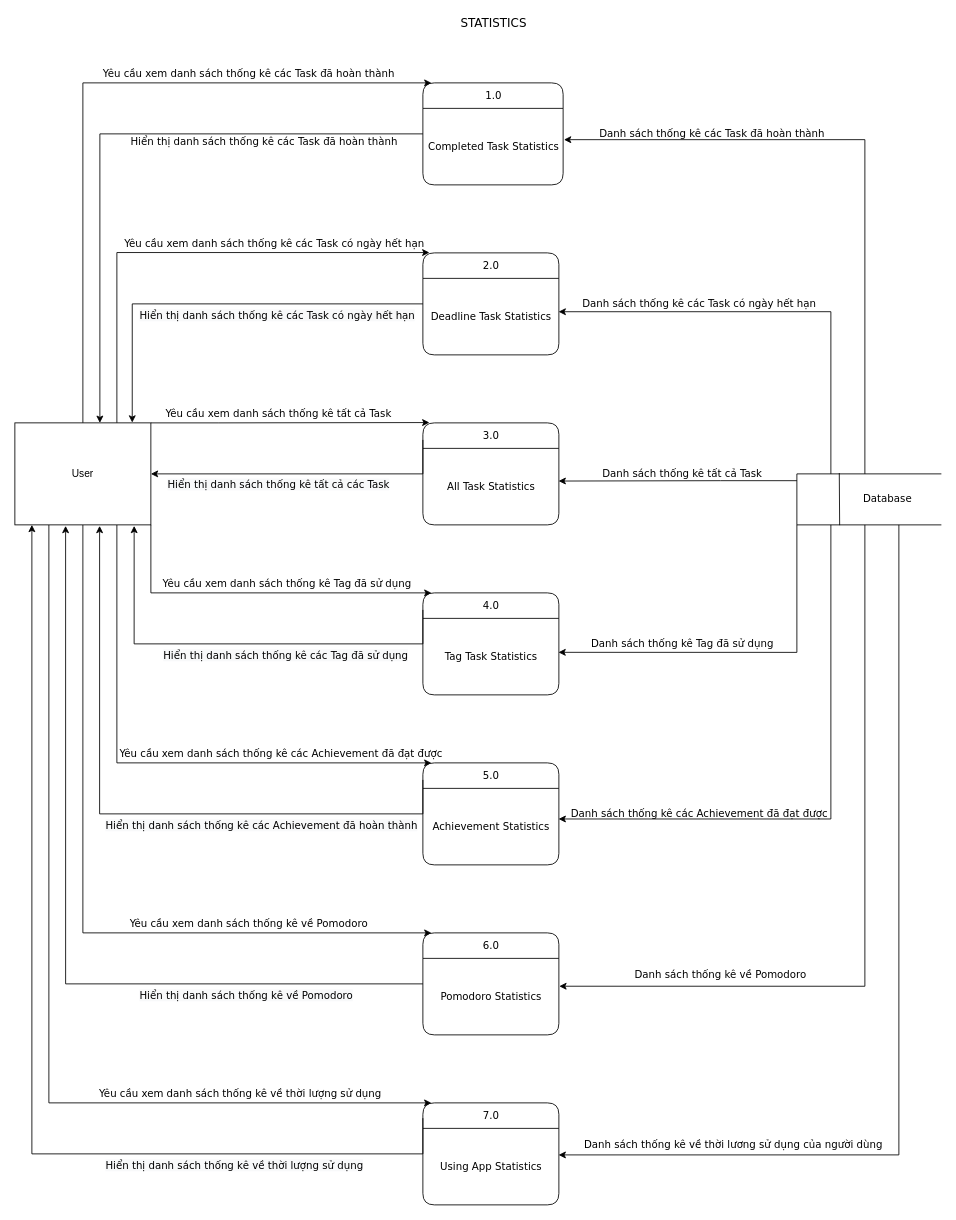
Above: ToDoApp-Doc/Document/Diagram/DFD/Statistics/Statistics.drawio in Merevoli-DatLuu/To-Do-App (draw.io), before the change. Source tidied: cells renumbered, new cells numbered last; positions are measured from the earlier drawing's top-left corner, leaving out a move shared by most shapes. Both pictures are drawn from the tidied source at 85%, with x=0, y=0 at pixel (14, 14).
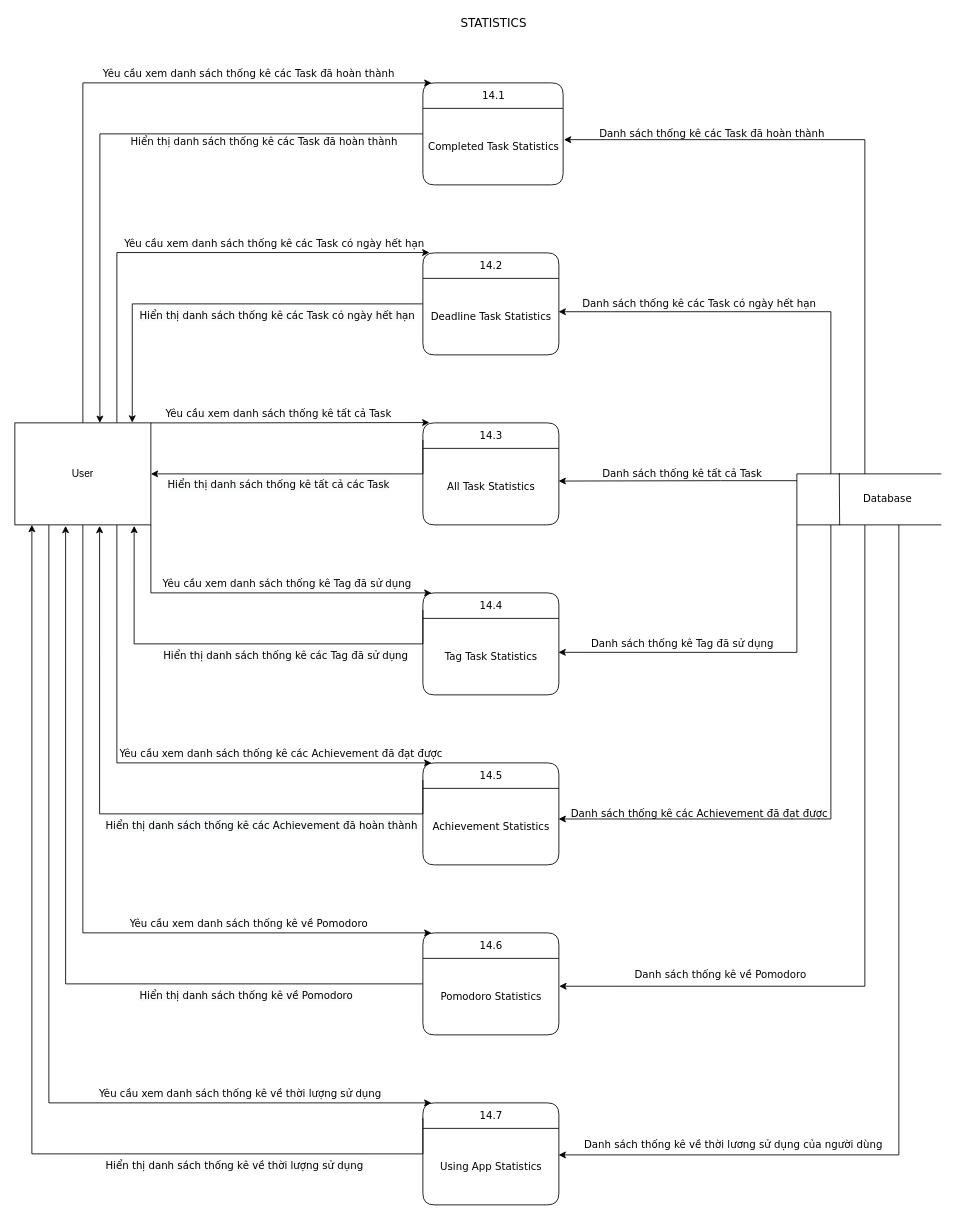
The same diagram, later.

Commit message:
[Modified] : Statistics_DFD

Diff of the diagram source:
```diff
@@
-    <mxCell id="3" value="&lt;font face=&quot;Verdana&quot; style=&quot;font-size: 12px&quot;&gt;7.0&lt;/font&gt;" style="swimlane;horizontal=1;startSize=30;rounded=1;fontSize=14;fontStyle=0;strokeWidth=1;shadow=0;dashed=0;align=center;html=1;" parent="1" vertex="1">
+    <mxCell id="3" value="&lt;font face=&quot;Verdana&quot; style=&quot;font-size: 12px&quot;&gt;14.7&lt;/font&gt;" style="swimlane;horizontal=1;startSize=30;rounded=1;fontSize=14;fontStyle=0;strokeWidth=1;shadow=0;dashed=0;align=center;html=1;" parent="1" vertex="1">
       <mxGeometry x="480" y="1280" width="160" height="120" as="geometry" />
     </mxCell>
@@
-    <mxCell id="5" value="&lt;font face=&quot;Verdana&quot; style=&quot;font-size: 12px&quot;&gt;6.0&lt;/font&gt;" style="swimlane;horizontal=1;startSize=30;rounded=1;fontSize=14;fontStyle=0;strokeWidth=1;shadow=0;dashed=0;align=center;html=1;" parent="1" vertex="1">
+    <mxCell id="5" value="&lt;font face=&quot;Verdana&quot; style=&quot;font-size: 12px&quot;&gt;14.6&lt;/font&gt;" style="swimlane;horizontal=1;startSize=30;rounded=1;fontSize=14;fontStyle=0;strokeWidth=1;shadow=0;dashed=0;align=center;html=1;" parent="1" vertex="1">
       <mxGeometry x="480" y="1080" width="160" height="120" as="geometry" />
     </mxCell>
@@
-    <mxCell id="7" value="&lt;font face=&quot;Verdana&quot; style=&quot;font-size: 12px&quot;&gt;5.0&lt;/font&gt;" style="swimlane;horizontal=1;startSize=30;rounded=1;fontSize=14;fontStyle=0;strokeWidth=1;shadow=0;dashed=0;align=center;html=1;" parent="1" vertex="1">
+    <mxCell id="7" value="&lt;font face=&quot;Verdana&quot; style=&quot;font-size: 12px&quot;&gt;14.5&lt;/font&gt;" style="swimlane;horizontal=1;startSize=30;rounded=1;fontSize=14;fontStyle=0;strokeWidth=1;shadow=0;dashed=0;align=center;html=1;" parent="1" vertex="1">
       <mxGeometry x="480" y="880" width="160" height="120" as="geometry" />
     </mxCell>
@@
-    <mxCell id="9" value="&lt;font face=&quot;Verdana&quot; style=&quot;font-size: 12px&quot;&gt;4.0&lt;/font&gt;" style="swimlane;horizontal=1;startSize=30;rounded=1;fontSize=14;fontStyle=0;strokeWidth=1;shadow=0;dashed=0;align=center;html=1;" parent="1" vertex="1">
+    <mxCell id="9" value="&lt;font face=&quot;Verdana&quot; style=&quot;font-size: 12px&quot;&gt;14.4&lt;/font&gt;" style="swimlane;horizontal=1;startSize=30;rounded=1;fontSize=14;fontStyle=0;strokeWidth=1;shadow=0;dashed=0;align=center;html=1;" parent="1" vertex="1">
       <mxGeometry x="480" y="680" width="160" height="120" as="geometry" />
     </mxCell>
@@
-    <mxCell id="11" value="&lt;font style=&quot;font-size: 12px&quot; face=&quot;Verdana&quot;&gt;3.0&lt;/font&gt;" style="swimlane;horizontal=1;startSize=30;rounded=1;fontSize=14;fontStyle=0;strokeWidth=1;shadow=0;dashed=0;align=center;html=1;" parent="1" vertex="1">
+    <mxCell id="11" value="&lt;font style=&quot;font-size: 12px&quot; face=&quot;Verdana&quot;&gt;14.3&lt;/font&gt;" style="swimlane;horizontal=1;startSize=30;rounded=1;fontSize=14;fontStyle=0;strokeWidth=1;shadow=0;dashed=0;align=center;html=1;" parent="1" vertex="1">
       <mxGeometry x="480" y="480" width="160" height="120" as="geometry" />
     </mxCell>
@@
-    <mxCell id="14" value="&lt;font face=&quot;Verdana&quot; style=&quot;font-size: 12px&quot;&gt;2.0&lt;/font&gt;" style="swimlane;horizontal=1;startSize=30;rounded=1;fontSize=14;fontStyle=0;strokeWidth=1;shadow=0;dashed=0;align=center;html=1;" parent="1" vertex="1">
+    <mxCell id="14" value="&lt;font face=&quot;Verdana&quot; style=&quot;font-size: 12px&quot;&gt;14.2&lt;/font&gt;" style="swimlane;horizontal=1;startSize=30;rounded=1;fontSize=14;fontStyle=0;strokeWidth=1;shadow=0;dashed=0;align=center;html=1;" parent="1" vertex="1">
       <mxGeometry x="480" y="280" width="160" height="120" as="geometry" />
     </mxCell>
@@
-    <mxCell id="16" value="&lt;font face=&quot;Verdana&quot; style=&quot;font-size: 12px&quot;&gt;1.0&lt;/font&gt;" style="swimlane;horizontal=1;startSize=30;rounded=1;fontSize=14;fontStyle=0;strokeWidth=1;shadow=0;dashed=0;align=center;html=1;" parent="1" vertex="1">
+    <mxCell id="16" value="&lt;font face=&quot;Verdana&quot; style=&quot;font-size: 12px&quot;&gt;14.1&lt;/font&gt;" style="swimlane;horizontal=1;startSize=30;rounded=1;fontSize=14;fontStyle=0;strokeWidth=1;shadow=0;dashed=0;align=center;html=1;" parent="1" vertex="1">
       <mxGeometry x="480" y="80" width="165" height="120" as="geometry" />
     </mxCell>
```
